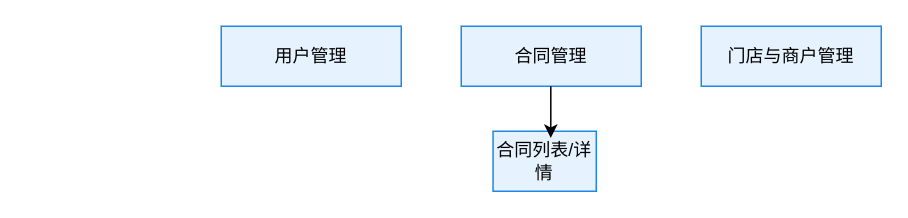
This is 卡券对账.drawio from yoonai/MyTestFolder, a draw.io file, before an edit. Source tidied: cells renumbered, new cells numbered last; positions are measured from the earlier drawing's top-left corner, leaving out a move shared by most shapes. Both pictures are drawn from the tidied source at 150%, with x=0, y=0 at pixel (220, 26).
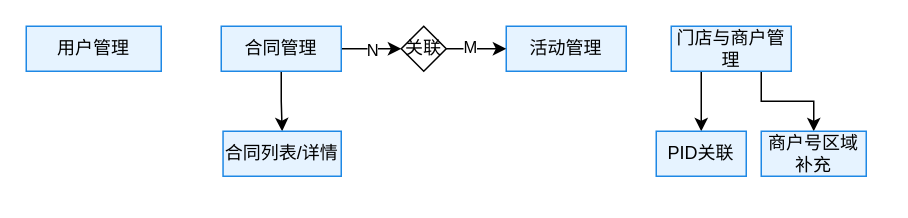
The same diagram, later.

Commit message (it also covers changes not shown here):
更新卡券对账.drawio

The edit, as a diff of the source:
```diff
@@
 <mxGraphModel>
   <root>
     <mxCell id="0" />
     <mxCell id="1" parent="0" />
     <mxCell id="2" value="用户管理" style="rounded=0;whiteSpace=wrap;html=1;fillColor=#E6F3FF;strokeColor=#1E88E5;" parent="1" vertex="1">
-      <mxGeometry width="120" height="40" as="geometry" />
+      <mxGeometry x="-130" width="90" height="30" as="geometry" />
     </mxCell>
+    <mxCell id="7" style="edgeStyle=orthogonalEdgeStyle;rounded=0;jettySize=auto;html=1;exitX=0.25;exitY=1;exitDx=0;exitDy=0;" parent="1" edge="1" source="3" target="11">
+      <mxGeometry relative="1" as="geometry" />
+    </mxCell>
+    <mxCell id="8" style="edgeStyle=orthogonalEdgeStyle;rounded=0;jettySize=auto;html=1;exitX=0.75;exitY=1;exitDx=0;exitDy=0;entryX=0.5;entryY=0;entryDx=0;entryDy=0;" parent="1" edge="1" source="3" target="12">
+      <mxGeometry relative="1" as="geometry" />
+    </mxCell>
     <mxCell id="3" value="门店与商户管理" style="rounded=0;whiteSpace=wrap;html=1;fillColor=#E6F3FF;strokeColor=#1E88E5;" parent="1" vertex="1">
-      <mxGeometry x="320" width="120" height="40" as="geometry" />
+      <mxGeometry x="300" width="80" height="30" as="geometry" />
     </mxCell>
+    <mxCell id="6" style="edgeStyle=orthogonalEdgeStyle;rounded=0;jettySize=auto;html=1;" parent="1" edge="1" source="4" target="5">
+      <mxGeometry relative="1" as="geometry" />
+    </mxCell>
+    <mxCell id="9" style="edgeStyle=orthogonalEdgeStyle;rounded=0;jettySize=auto;html=1;exitX=1;exitY=0.5;exitDx=0;exitDy=0;entryX=0;entryY=0.5;entryDx=0;entryDy=0;" parent="1" edge="1" source="4" target="16">
+      <mxGeometry relative="1" as="geometry" />
+    </mxCell>
+    <mxCell id="10" value="N" style="edgeLabel;html=1;align=center;verticalAlign=middle;" parent="9" vertex="1">
+      <mxGeometry x="-0.01" relative="1" as="geometry" />
+    </mxCell>
     <mxCell id="4" value="合同管理" style="rounded=0;whiteSpace=wrap;html=1;fillColor=#E6F3FF;strokeColor=#1E88E5;" parent="1" vertex="1">
-      <mxGeometry x="160" width="120" height="40" as="geometry" />
+      <mxGeometry width="80" height="30" as="geometry" />
     </mxCell>
     <mxCell id="5" value="合同列表/详情" style="rounded=0;whiteSpace=wrap;html=1;fillColor=#E6F3FF;strokeColor=#1E88E5;" parent="1" vertex="1">
-      <mxGeometry x="181.2" y="70" width="68.8" height="40" as="geometry" />
+      <mxGeometry x="1.2" y="70" width="78.8" height="30" as="geometry" />
     </mxCell>
-    <mxCell id="6" style="edgeStyle=orthogonalEdgeStyle;rounded=0;jettySize=auto;html=1;entryX=0.559;entryY=0.111;entryDx=0;entryDy=0;entryPerimeter=0;" parent="1" edge="1" source="4" target="5">
-      <mxGeometry relative="1" as="geometry">
-        <Array as="points">
-          <mxPoint x="220" y="63" />
-        </Array>
-      </mxGeometry>
-    </mxCell>
+    <mxCell id="11" value="PID关联" style="rounded=0;whiteSpace=wrap;html=1;fillColor=#E6F3FF;strokeColor=#1E88E5;" parent="1" vertex="1">
+      <mxGeometry x="290" y="70" width="60" height="30" as="geometry" />
+    </mxCell>
+    <mxCell id="12" value="商户号区域补充" style="rounded=0;whiteSpace=wrap;html=1;fillColor=#E6F3FF;strokeColor=#1E88E5;" parent="1" vertex="1">
+      <mxGeometry x="360" y="70" width="70" height="30" as="geometry" />
+    </mxCell>
+    <mxCell id="13" value="活动管理" style="rounded=0;whiteSpace=wrap;html=1;fillColor=#E6F3FF;strokeColor=#1E88E5;" parent="1" vertex="1">
+      <mxGeometry x="190" width="80" height="30" as="geometry" />
+    </mxCell>
+    <mxCell id="14" style="edgeStyle=orthogonalEdgeStyle;rounded=0;jettySize=auto;html=1;exitX=1;exitY=0.5;exitDx=0;exitDy=0;entryX=0;entryY=0.5;entryDx=0;entryDy=0;" parent="1" edge="1" source="16" target="13">
+      <mxGeometry relative="1" as="geometry" />
+    </mxCell>
+    <mxCell id="15" value="M" style="edgeLabel;html=1;align=center;verticalAlign=middle;" parent="14" vertex="1">
+      <mxGeometry x="-0.27" y="2" relative="1" as="geometry" />
+    </mxCell>
+    <mxCell id="16" value="关联" style="rhombus;whiteSpace=wrap;html=1;" parent="1" vertex="1">
+      <mxGeometry x="120" width="30" height="30" as="geometry" />
+    </mxCell>
   </root>
 </mxGraphModel>
```
